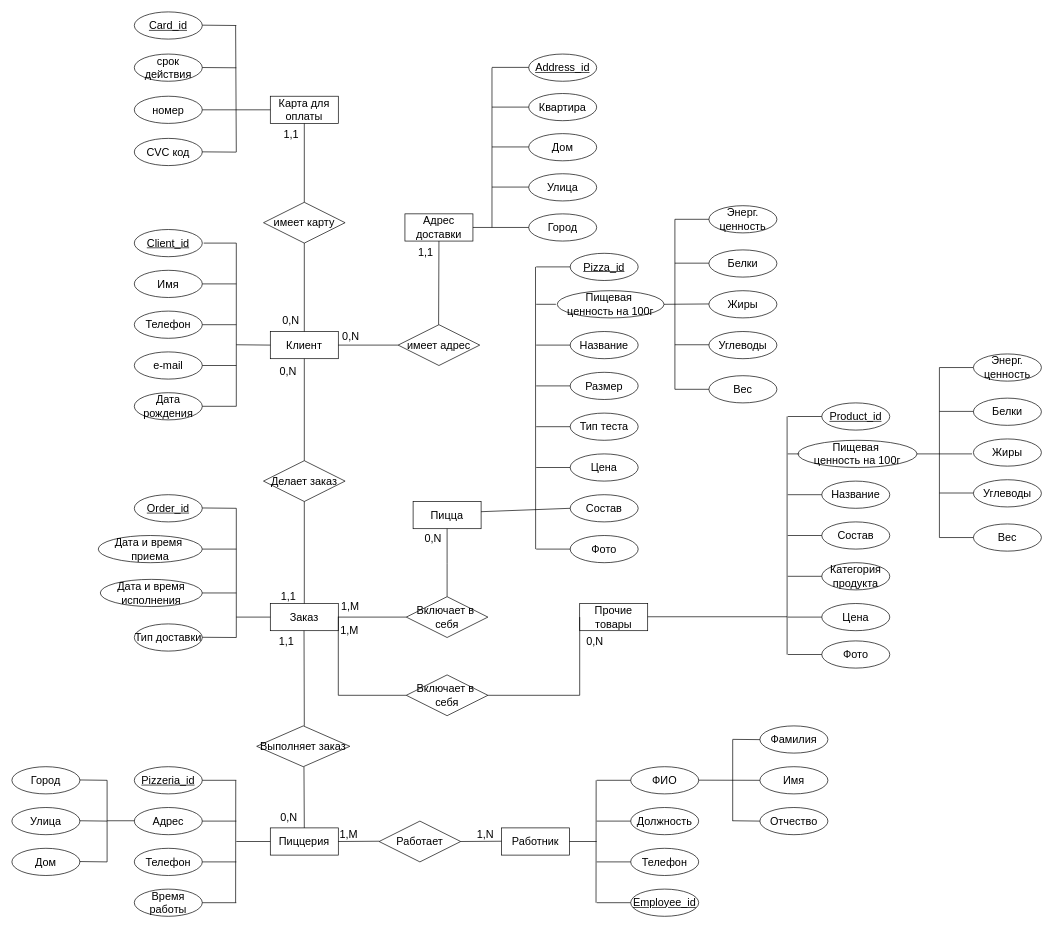
iudinads/ER-diagrams keeps this draw.io diagram as er_dodo.drawio. Above is the earlier version. Source tidied: cells renumbered, new cells numbered last; positions are measured from the earlier drawing's top-left corner, leaving out a move shared by most shapes. Both pictures are drawn from the tidied source at 68%, with x=0, y=0 at pixel (12, 12).
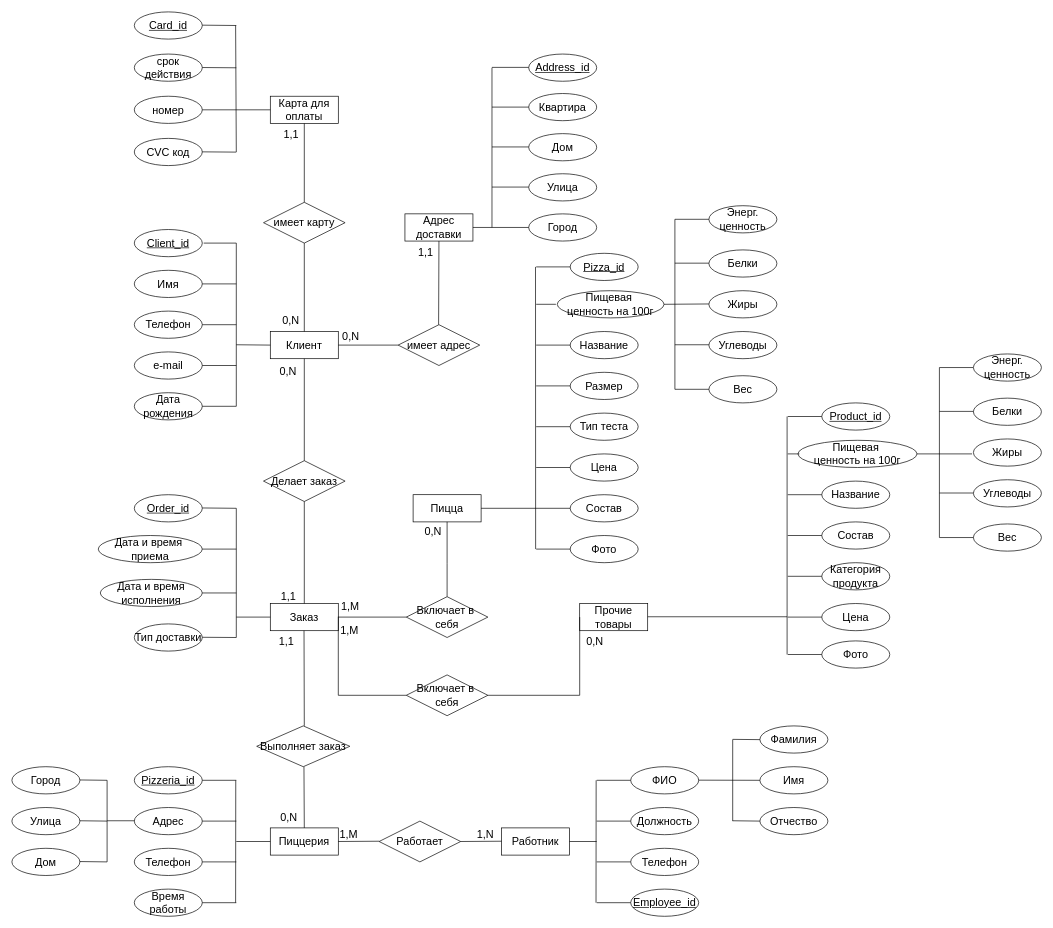
The same diagram, later.

The change refers to these unchanged cells:
```xml
<mxCell id="91" value="Состав" style="ellipse;whiteSpace=wrap;html=1;align=center;fontSize=16;" parent="1" vertex="1">
  <mxGeometry x="821" y="710" width="100" height="40" as="geometry" />
</mxCell>
```

Change to the diagram source:
```diff
@@
     <mxCell id="78" value="Пицца" style="whiteSpace=wrap;html=1;align=center;fontSize=16;" parent="1" vertex="1">
-      <mxGeometry x="590" y="720" width="100" height="40" as="geometry" />
+      <mxGeometry x="590" y="710" width="100" height="40" as="geometry" />
     </mxCell>
@@
-    <mxCell id="105" style="endArrow=none;html=1;rounded=0;entryX=0;entryY=0.5;entryDx=0;entryDy=0;fontSize=16;" parent="1" edge="1" target="91">
-      <mxGeometry relative="1" as="geometry">
-        <mxPoint x="690" y="735" as="sourcePoint" />
-      </mxGeometry>
+    <mxCell id="105" style="endArrow=none;html=1;rounded=0;entryX=0;entryY=0.5;entryDx=0;entryDy=0;fontSize=16;exitX=1;exitY=0.5;exitDx=0;exitDy=0;" parent="1" edge="1" source="78" target="91">
+      <mxGeometry relative="1" as="geometry" />
     </mxCell>
```
